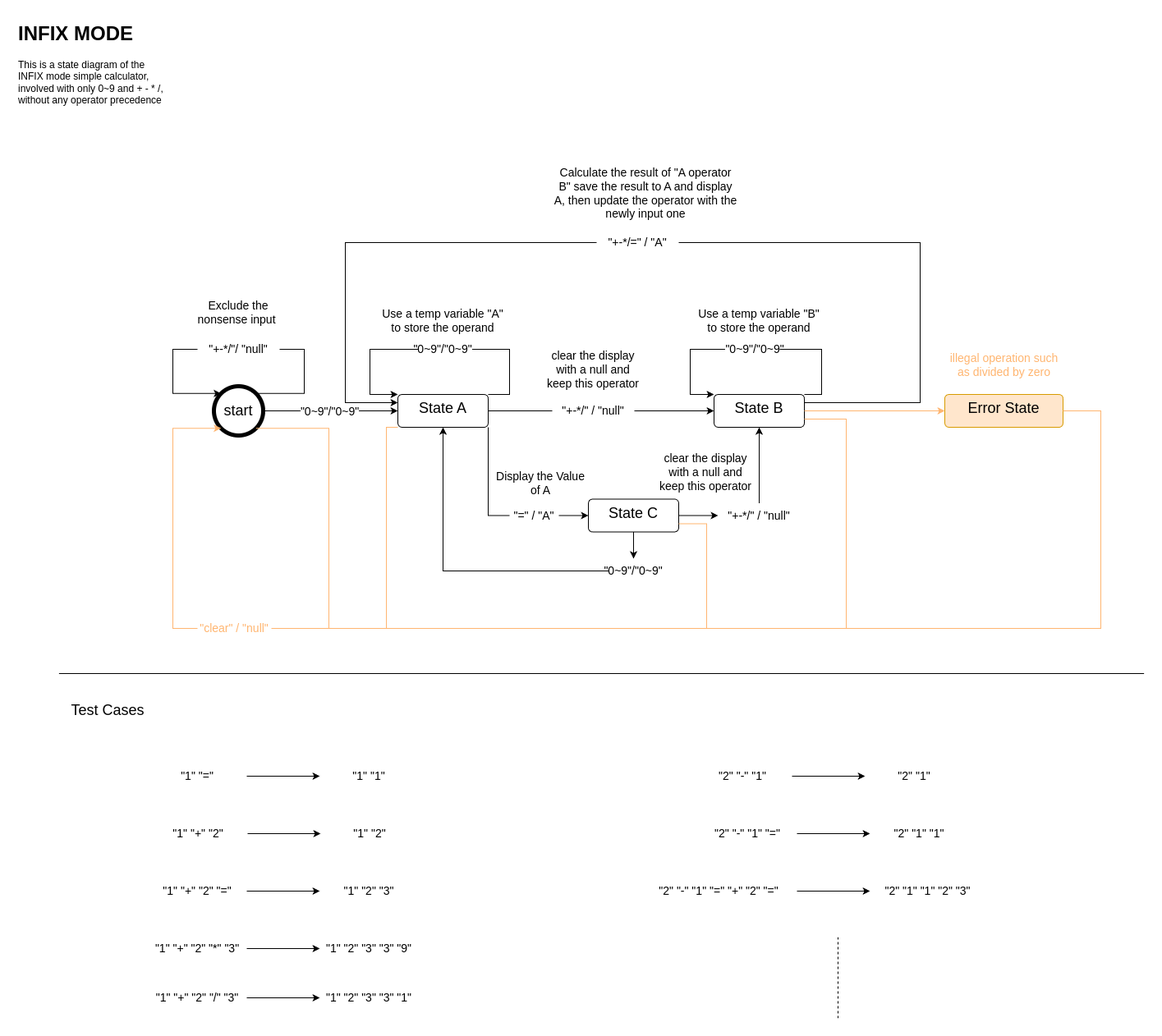
This is res/calculator_state_diagram-INFIX.drawio.png from dcheng69/Simple_Calculator, a draw.io export, as it was before one commit. Source tidied: cells renumbered, new cells last; positions are measured from the earlier drawing's top-left corner, leaving out a move shared by most shapes.
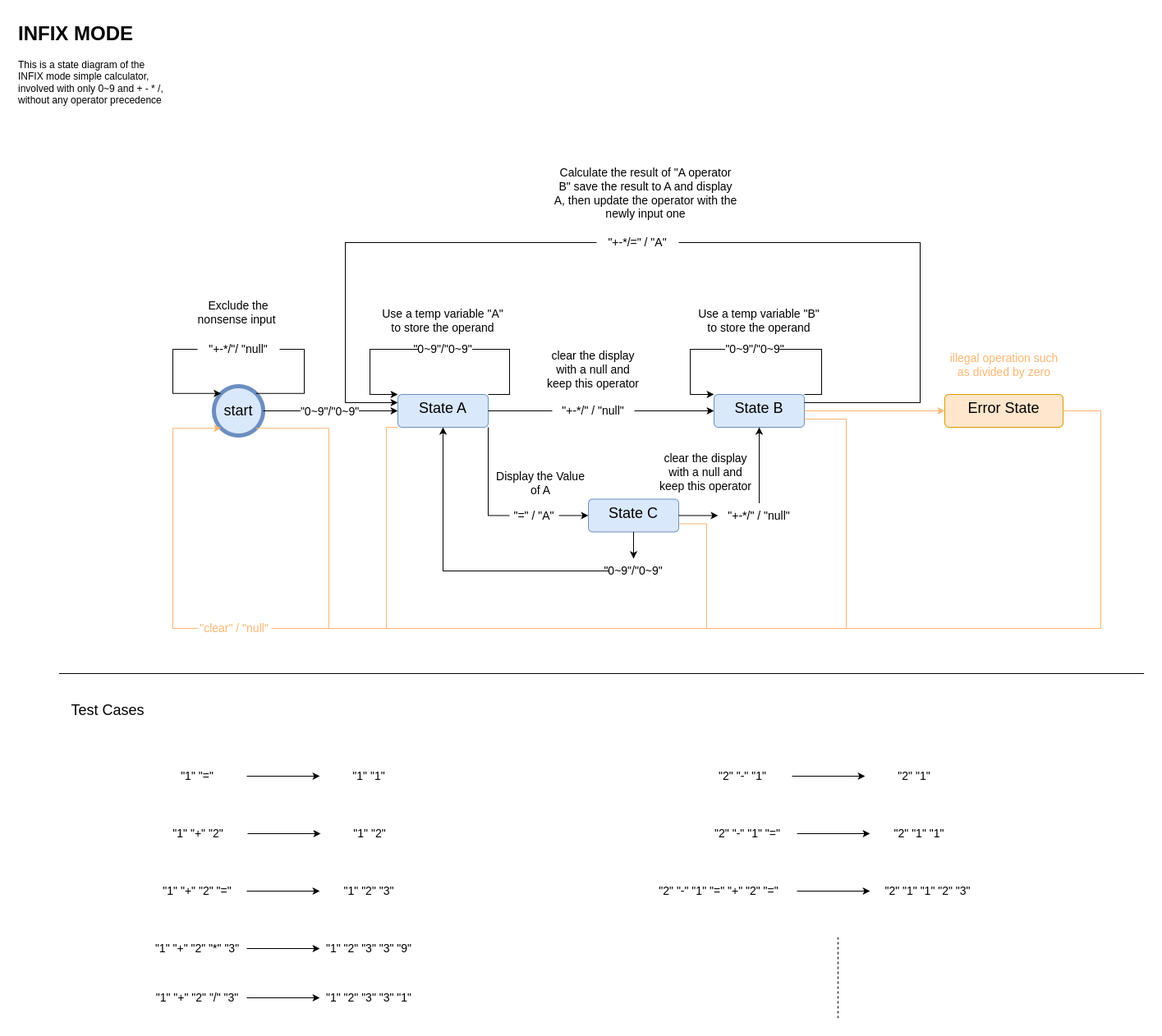
After the commit.

Commit message:
Modify the INFIX mode state diagram

[Ticket: INFIX state diagram]

[body]
1. Modify the INFIX mode state diagram

[test]
none

The edit, as a diff of the source:
```diff
@@ -5,10 +5,10 @@
     <mxCell id="2" value="&lt;h1 style=&quot;margin-top: 0px;&quot;&gt;INFIX MODE&lt;/h1&gt;&lt;p&gt;This is a state diagram of the INFIX mode simple calculator, involved with only 0~9 and + - * /, without any operator precedence&lt;/p&gt;" style="text;html=1;whiteSpace=wrap;overflow=hidden;rounded=0;" parent="1" vertex="1">
       <mxGeometry width="180" height="120" as="geometry" />
     </mxCell>
-    <mxCell id="3" value="&lt;font style=&quot;font-size: 18px;&quot;&gt;start&lt;/font&gt;" style="shape=ellipse;html=1;dashed=0;whiteSpace=wrap;strokeWidth=5;perimeter=ellipsePerimeter;" parent="1" vertex="1">
+    <mxCell id="3" value="&lt;font style=&quot;font-size: 18px;&quot;&gt;start&lt;/font&gt;" style="shape=ellipse;html=1;dashed=0;whiteSpace=wrap;strokeWidth=5;perimeter=ellipsePerimeter;fillColor=#dae8fc;strokeColor=#6c8ebf;" parent="1" vertex="1">
       <mxGeometry x="240" y="450" width="60" height="60" as="geometry" />
     </mxCell>
-    <mxCell id="4" value="&lt;font style=&quot;font-size: 18px;&quot;&gt;State A&lt;/font&gt;" style="html=1;align=center;verticalAlign=top;rounded=1;absoluteArcSize=1;arcSize=10;dashed=0;whiteSpace=wrap;" parent="1" vertex="1">
+    <mxCell id="4" value="&lt;font style=&quot;font-size: 18px;&quot;&gt;State A&lt;/font&gt;" style="html=1;align=center;verticalAlign=top;rounded=1;absoluteArcSize=1;arcSize=10;dashed=0;whiteSpace=wrap;fillColor=#dae8fc;strokeColor=#6c8ebf;" parent="1" vertex="1">
       <mxGeometry x="464" y="460" width="110" height="40" as="geometry" />
     </mxCell>
     <mxCell id="5" value="&lt;font style=&quot;font-size: 14px;&quot;&gt;&quot;+-*/&quot;/ &quot;null&quot;&lt;/font&gt;" style="text;html=1;align=center;verticalAlign=middle;whiteSpace=wrap;rounded=0;" parent="1" vertex="1">
@@ -169,7 +169,7 @@
         <mxPoint x="1000" y="1120" as="targetPoint" />
       </mxGeometry>
     </mxCell>
-    <mxCell id="48" value="&lt;font style=&quot;font-size: 18px;&quot;&gt;State B&lt;/font&gt;" style="html=1;align=center;verticalAlign=top;rounded=1;absoluteArcSize=1;arcSize=10;dashed=0;whiteSpace=wrap;" parent="1" vertex="1">
+    <mxCell id="48" value="&lt;font style=&quot;font-size: 18px;&quot;&gt;State B&lt;/font&gt;" style="html=1;align=center;verticalAlign=top;rounded=1;absoluteArcSize=1;arcSize=10;dashed=0;whiteSpace=wrap;fillColor=#dae8fc;strokeColor=#6c8ebf;" parent="1" vertex="1">
       <mxGeometry x="849" y="460" width="110" height="40" as="geometry" />
     </mxCell>
     <mxCell id="49" value="&lt;font style=&quot;font-size: 14px;&quot;&gt;&quot;+-*/&quot; / &quot;null&quot;&lt;/font&gt;" style="text;html=1;align=center;verticalAlign=middle;whiteSpace=wrap;rounded=0;" parent="1" vertex="1">
@@ -205,7 +205,7 @@
     <mxCell id="55" value="&lt;span style=&quot;font-size: 14px;&quot;&gt;Calculate the result of &quot;A operator B&quot; save the result to A and display A, then update the operator with the newly input one&lt;/span&gt;" style="text;html=1;align=center;verticalAlign=middle;whiteSpace=wrap;rounded=0;" parent="1" vertex="1">
       <mxGeometry x="652" y="180" width="228" height="70" as="geometry" />
     </mxCell>
-    <mxCell id="56" value="&lt;font style=&quot;font-size: 18px;&quot;&gt;State C&lt;/font&gt;" style="html=1;align=center;verticalAlign=top;rounded=1;absoluteArcSize=1;arcSize=10;dashed=0;whiteSpace=wrap;" parent="1" vertex="1">
+    <mxCell id="56" value="&lt;font style=&quot;font-size: 18px;&quot;&gt;State C&lt;/font&gt;" style="html=1;align=center;verticalAlign=top;rounded=1;absoluteArcSize=1;arcSize=10;dashed=0;whiteSpace=wrap;fillColor=#dae8fc;strokeColor=#6c8ebf;" parent="1" vertex="1">
       <mxGeometry x="696" y="587.5" width="110" height="40" as="geometry" />
     </mxCell>
     <mxCell id="57" value="&lt;font style=&quot;font-size: 14px;&quot;&gt;&quot;=&quot; / &quot;A&quot;&lt;/font&gt;" style="text;html=1;align=center;verticalAlign=middle;whiteSpace=wrap;rounded=0;" parent="1" vertex="1">
```
